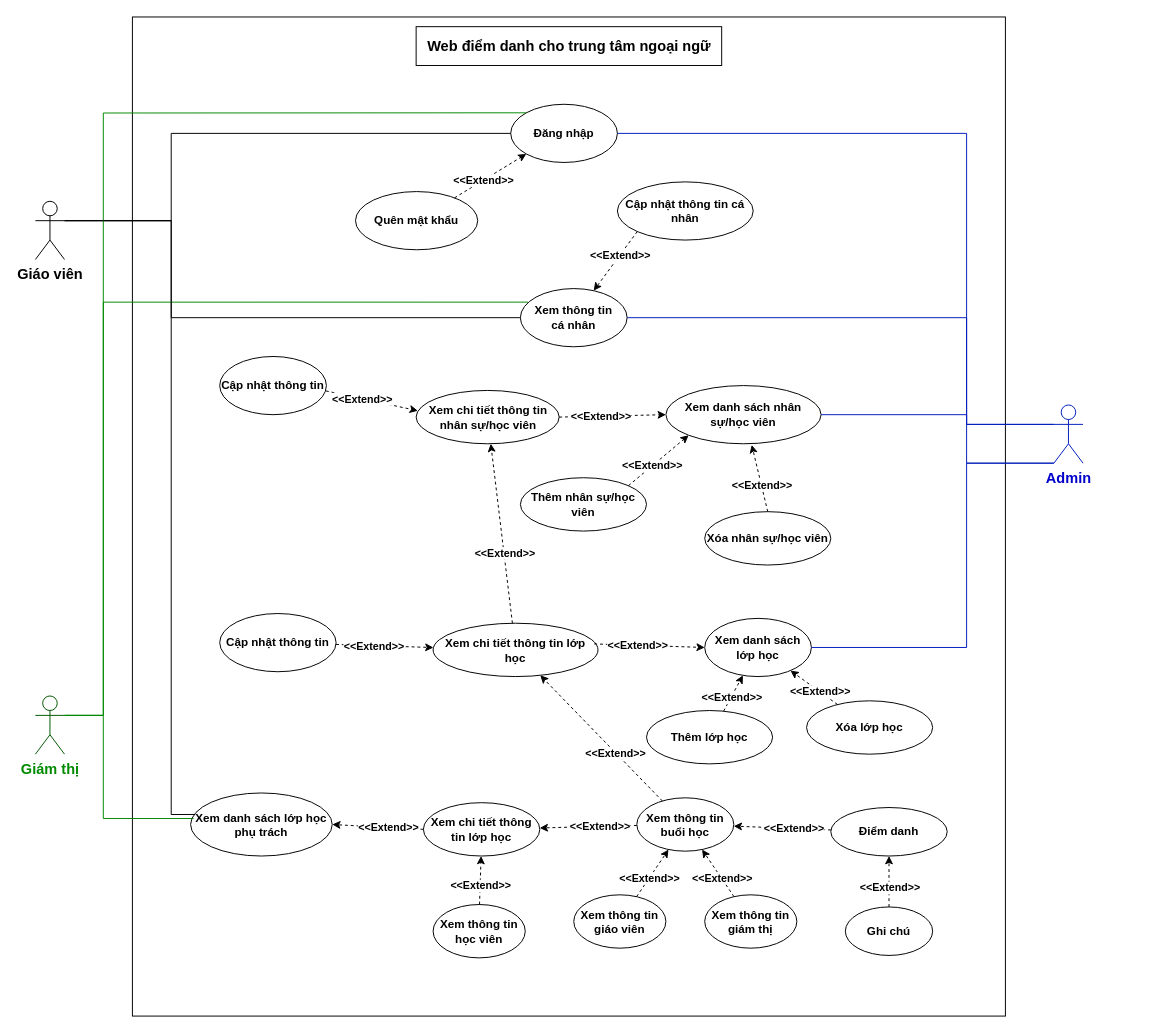
astr0tas/English-Center-Attendance-Check keeps this draw.io diagram as Week 1/UC Diagram.drawio. Above is the earlier version. Source tidied: cells renumbered, new cells numbered last; positions are measured from the earlier drawing's top-left corner, leaving out a move shared by most shapes. Both pictures are drawn from the tidied source at 97%, with x=0, y=0 at pixel (35, 16).
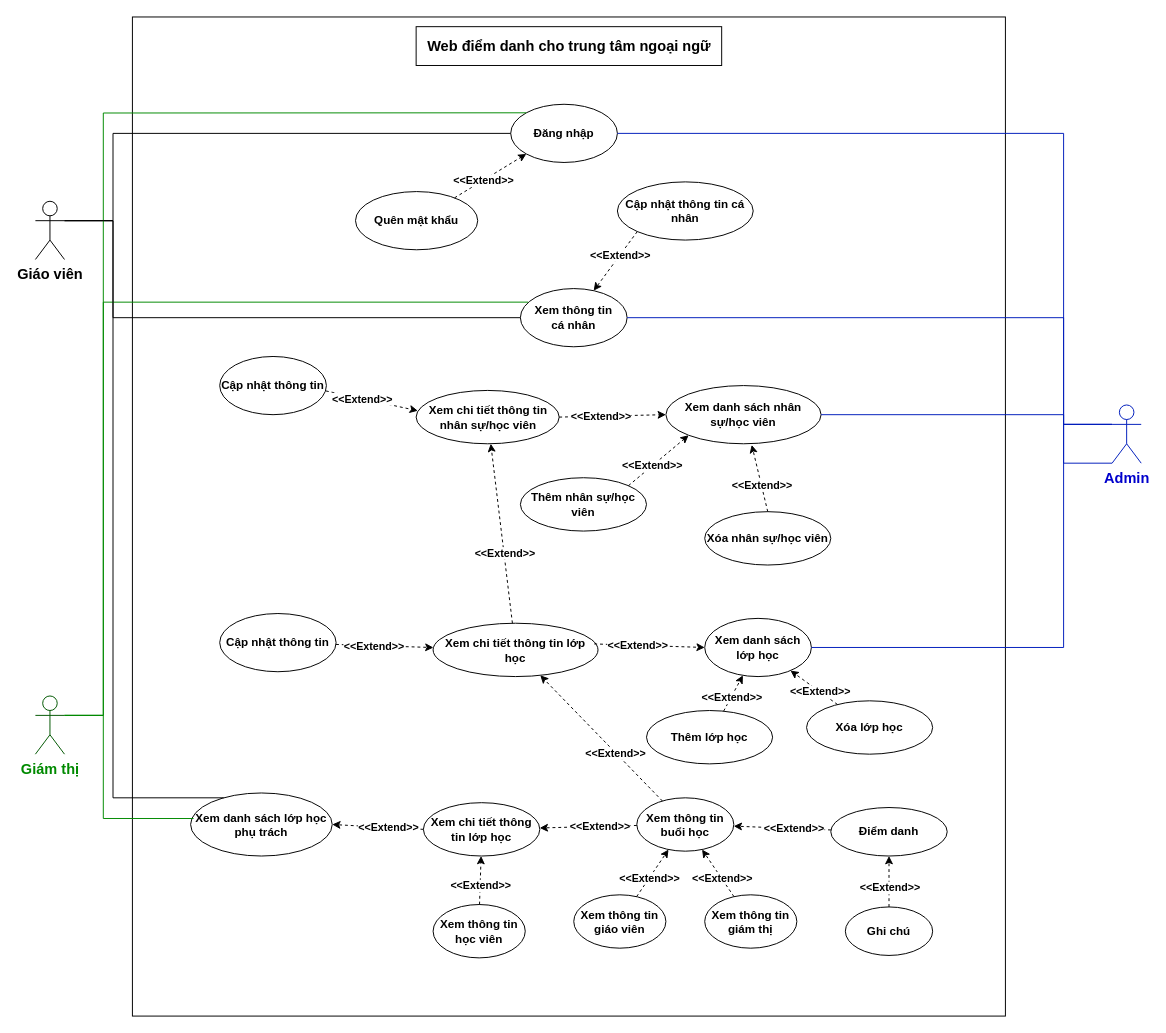
The same diagram, later.

Unchanged cells that the change refers to:
```xml
<mxCell id="5" value="Giáo viên" style="shape=umlActor;verticalLabelPosition=bottom;verticalAlign=top;html=1;outlineConnect=0;fontSize=15;fontStyle=1;" parent="1" vertex="1">
  <mxGeometry y="190" width="30" height="60" as="geometry" />
</mxCell>
<mxCell id="6" value="Đăng nhập" style="ellipse;whiteSpace=wrap;html=1;fontStyle=1;" parent="1" vertex="1">
  <mxGeometry x="490" y="90" width="110" height="60" as="geometry" />
</mxCell>
<mxCell id="10" value="Xem danh sách lớp học" style="ellipse;whiteSpace=wrap;html=1;fontStyle=1;" parent="1" vertex="1">
  <mxGeometry x="690" y="620" width="110" height="60" as="geometry" />
</mxCell>
<mxCell id="11" value="Xem thông tin&lt;br&gt;cá nhân" style="ellipse;whiteSpace=wrap;html=1;fontStyle=1;" parent="1" vertex="1">
  <mxGeometry x="500" y="280" width="110" height="60" as="geometry" />
</mxCell>
<mxCell id="12" value="Xem danh sách nhân sự/học viên" style="ellipse;whiteSpace=wrap;html=1;fontStyle=1;" parent="1" vertex="1">
  <mxGeometry x="650" y="380" width="160" height="60" as="geometry" />
</mxCell>
<mxCell id="52" value="Xem danh sách lớp học phụ trách" style="ellipse;whiteSpace=wrap;html=1;fontStyle=1;" parent="1" vertex="1">
  <mxGeometry x="160" y="800" width="146" height="65" as="geometry" />
</mxCell>
```

What changed in the source:
```diff
@@
     <mxCell id="4" value="&lt;font style=&quot;&quot; color=&quot;#0000cc&quot;&gt;Admin&lt;/font&gt;" style="shape=umlActor;verticalLabelPosition=bottom;verticalAlign=top;html=1;outlineConnect=0;fontSize=15;fillColor=none;fontColor=#ffffff;strokeColor=#001DBC;fontStyle=1;" parent="1" vertex="1">
-      <mxGeometry x="1050" y="400" width="30" height="60" as="geometry" />
+      <mxGeometry x="1110" y="400" width="30" height="60" as="geometry" />
     </mxCell>
@@
-    <mxCell id="13" style="endArrow=none;html=1;rounded=0;fontSize=15;exitX=1;exitY=0.3333333333333333;exitDx=0;exitDy=0;exitPerimeter=0;entryX=0;entryY=0.5;entryDx=0;entryDy=0;fontStyle=1;" parent="1" edge="1" source="5" target="6">
+    <mxCell id="13" style="endArrow=none;html=1;rounded=0;fontSize=15;exitX=1;exitY=0.3333333333333333;exitDx=0;exitDy=0;exitPerimeter=0;entryX=0;entryY=0.5;entryDx=0;entryDy=0;fontStyle=1;edgeStyle=orthogonalEdgeStyle;" parent="1" edge="1" source="5" target="6">
       <mxGeometry relative="1" as="geometry">
         <Array as="points">
-          <mxPoint x="140" y="210" />
-          <mxPoint x="140" y="120" />
+          <mxPoint x="80" y="210" />
+          <mxPoint x="80" y="120" />
         </Array>
       </mxGeometry>
     </mxCell>
-    <mxCell id="14" style="endArrow=none;html=1;rounded=0;fontSize=15;exitX=1;exitY=0.3333333333333333;exitDx=0;exitDy=0;exitPerimeter=0;entryX=0;entryY=0.5;entryDx=0;entryDy=0;fontStyle=1;" parent="1" edge="1" source="5" target="11">
+    <mxCell id="14" style="endArrow=none;html=1;rounded=0;fontSize=15;exitX=1;exitY=0.3333333333333333;exitDx=0;exitDy=0;exitPerimeter=0;entryX=0;entryY=0.5;entryDx=0;entryDy=0;fontStyle=1;edgeStyle=orthogonalEdgeStyle;" parent="1" edge="1" source="5" target="11">
       <mxGeometry relative="1" as="geometry">
         <Array as="points">
-          <mxPoint x="140" y="210" />
-          <mxPoint x="140" y="310" />
+          <mxPoint x="80" y="210" />
+          <mxPoint x="80" y="310" />
         </Array>
       </mxGeometry>
     </mxCell>
-    <mxCell id="15" style="endArrow=none;html=1;rounded=0;fontSize=15;fillColor=#0050ef;strokeColor=#001DBC;entryX=0;entryY=0.3333333333333333;entryDx=0;entryDy=0;entryPerimeter=0;exitX=1;exitY=0.5;exitDx=0;exitDy=0;fontStyle=1;" parent="1" edge="1" source="6" target="4">
+    <mxCell id="15" style="endArrow=none;html=1;rounded=0;fontSize=15;fillColor=#0050ef;strokeColor=#001DBC;entryX=0;entryY=0.3333333333333333;entryDx=0;entryDy=0;entryPerimeter=0;exitX=1;exitY=0.5;exitDx=0;exitDy=0;fontStyle=1;edgeStyle=orthogonalEdgeStyle;" parent="1" edge="1" source="6" target="4">
       <mxGeometry relative="1" as="geometry">
         <Array as="points">
-          <mxPoint x="960" y="120" />
-          <mxPoint x="960" y="420" />
+          <mxPoint x="1060" y="120" />
+          <mxPoint x="1060" y="420" />
         </Array>
       </mxGeometry>
     </mxCell>
-    <mxCell id="16" style="endArrow=none;html=1;rounded=0;fontSize=15;fillColor=#0050ef;strokeColor=#001DBC;exitX=1;exitY=0.5;exitDx=0;exitDy=0;entryX=0;entryY=0.3333333333333333;entryDx=0;entryDy=0;entryPerimeter=0;fontStyle=1;" parent="1" edge="1" source="11" target="4">
+    <mxCell id="16" style="endArrow=none;html=1;rounded=0;fontSize=15;fillColor=#0050ef;strokeColor=#001DBC;exitX=1;exitY=0.5;exitDx=0;exitDy=0;entryX=0;entryY=0.3333333333333333;entryDx=0;entryDy=0;entryPerimeter=0;fontStyle=1;edgeStyle=orthogonalEdgeStyle;" parent="1" edge="1" source="11" target="4">
       <mxGeometry relative="1" as="geometry">
         <Array as="points">
-          <mxPoint x="960" y="310" />
-          <mxPoint x="960" y="420" />
+          <mxPoint x="1060" y="310" />
+          <mxPoint x="1060" y="420" />
         </Array>
       </mxGeometry>
     </mxCell>
     <mxCell id="17" style="endArrow=none;html=1;rounded=0;fontSize=15;fillColor=#0050ef;strokeColor=#001DBC;exitX=1;exitY=0.5;exitDx=0;exitDy=0;entryX=0;entryY=1;entryDx=0;entryDy=0;entryPerimeter=0;fontStyle=1;edgeStyle=orthogonalEdgeStyle;" parent="1" edge="1" source="12" target="4">
       <mxGeometry relative="1" as="geometry">
         <Array as="points">
-          <mxPoint x="960" y="410" />
-          <mxPoint x="960" y="460" />
+          <mxPoint x="1060" y="410" />
+          <mxPoint x="1060" y="460" />
         </Array>
       </mxGeometry>
     </mxCell>
-    <mxCell id="18" style="endArrow=none;html=1;rounded=0;fontSize=15;fillColor=#0050ef;strokeColor=#001DBC;exitX=1;exitY=0.5;exitDx=0;exitDy=0;entryX=0;entryY=1;entryDx=0;entryDy=0;entryPerimeter=0;fontStyle=1;" parent="1" edge="1" source="10" target="4">
+    <mxCell id="18" style="endArrow=none;html=1;rounded=0;fontSize=15;fillColor=#0050ef;strokeColor=#001DBC;exitX=1;exitY=0.5;exitDx=0;exitDy=0;fontStyle=1;edgeStyle=orthogonalEdgeStyle;" parent="1" edge="1" source="10" target="4">
       <mxGeometry relative="1" as="geometry">
         <Array as="points">
-          <mxPoint x="960" y="650" />
-          <mxPoint x="960" y="460" />
+          <mxPoint x="1060" y="650" />
+          <mxPoint x="1060" y="420" />
         </Array>
       </mxGeometry>
     </mxCell>
@@
-    <mxCell id="57" style="endArrow=none;html=1;rounded=0;fontSize=15;entryX=0.032;entryY=0.341;entryDx=0;entryDy=0;fontStyle=1;entryPerimeter=0;exitX=1;exitY=0.3333333333333333;exitDx=0;exitDy=0;exitPerimeter=0;edgeStyle=orthogonalEdgeStyle;" parent="1" edge="1" source="5" target="52">
+    <mxCell id="57" style="endArrow=none;html=1;rounded=0;fontSize=15;fontStyle=1;exitX=1;exitY=0.3333333333333333;exitDx=0;exitDy=0;exitPerimeter=0;edgeStyle=orthogonalEdgeStyle;" parent="1" edge="1" source="5" target="52">
       <mxGeometry relative="1" as="geometry">
         <Array as="points">
-          <mxPoint x="140" y="210" />
-          <mxPoint x="140" y="822" />
+          <mxPoint x="80" y="210" />
+          <mxPoint x="80" y="805" />
         </Array>
       </mxGeometry>
     </mxCell>
```
